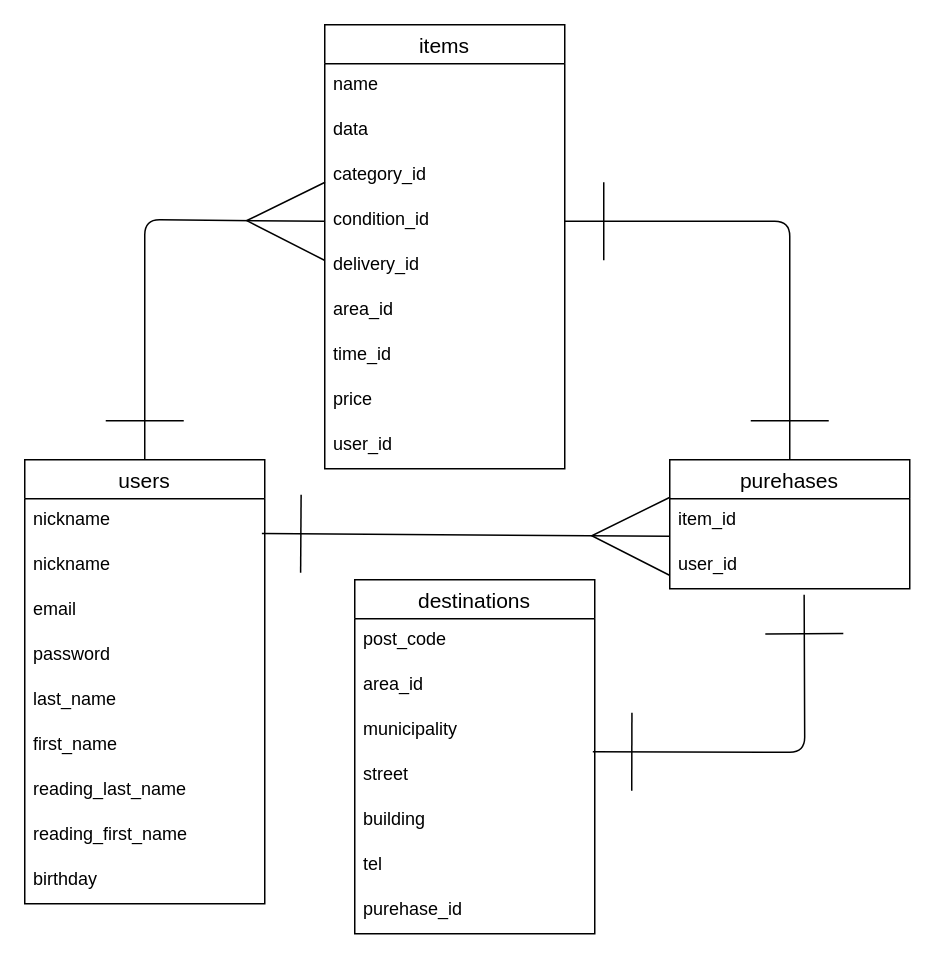
morikentarou/furima-40398 keeps this draw.io diagram as furima-40398.dio. Above is the earlier version. Source tidied: cells renumbered, new cells numbered last; positions are measured from the earlier drawing's top-left corner, leaving out a move shared by most shapes. Both pictures are drawn from the tidied source at 150%, with x=0, y=0 at pixel (24, 24).
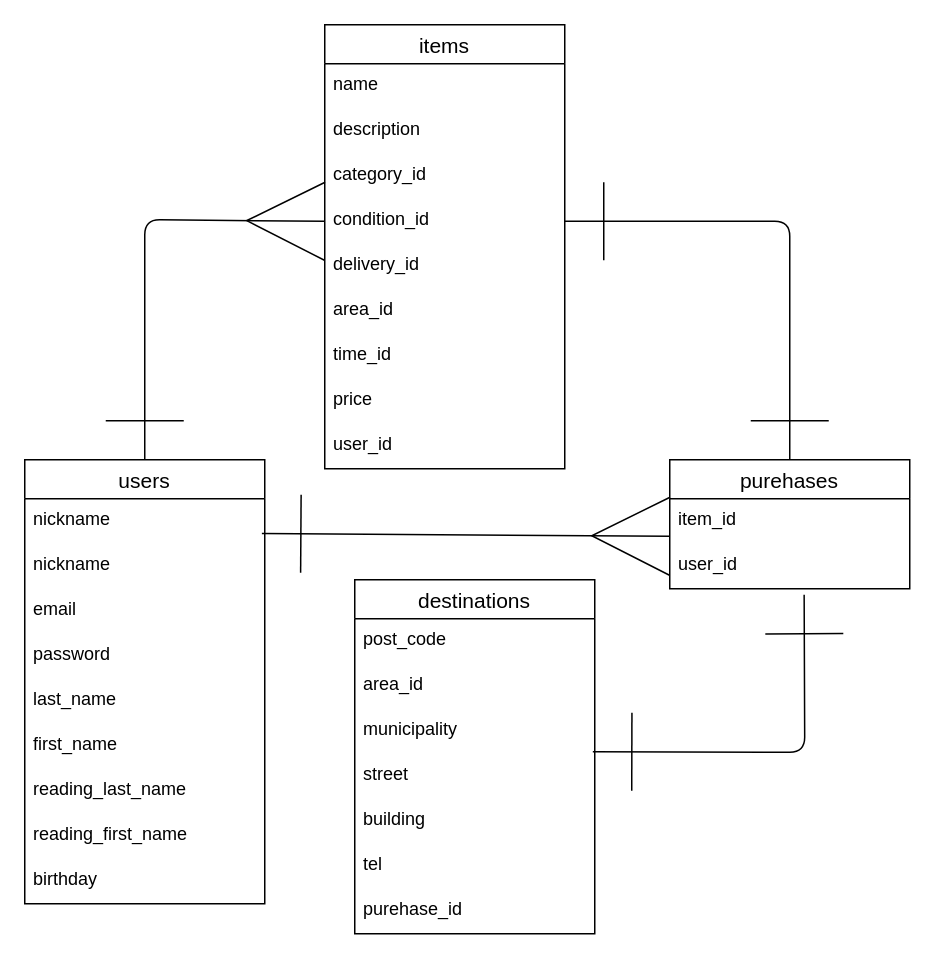
Above is the later version.

The change refers to these unchanged cells:
```xml
<mxCell id="14" value="items" style="swimlane;fontStyle=0;horizontal=1;startSize=26;align=center;fontSize=14;" parent="1" vertex="1">
  <mxGeometry x="200" width="160" height="296" as="geometry" />
</mxCell>
```

What changed in the source:
```diff
@@
-    <mxCell id="16" value="data" style="text;strokeColor=none;fillColor=none;spacingLeft=4;spacingRight=4;overflow=hidden;fontSize=12;" parent="14" vertex="1">
+    <mxCell id="16" value="description" style="text;strokeColor=none;fillColor=none;spacingLeft=4;spacingRight=4;overflow=hidden;fontSize=12;" parent="14" vertex="1">
       <mxGeometry y="56" width="160" height="30" as="geometry" />
     </mxCell>
```
